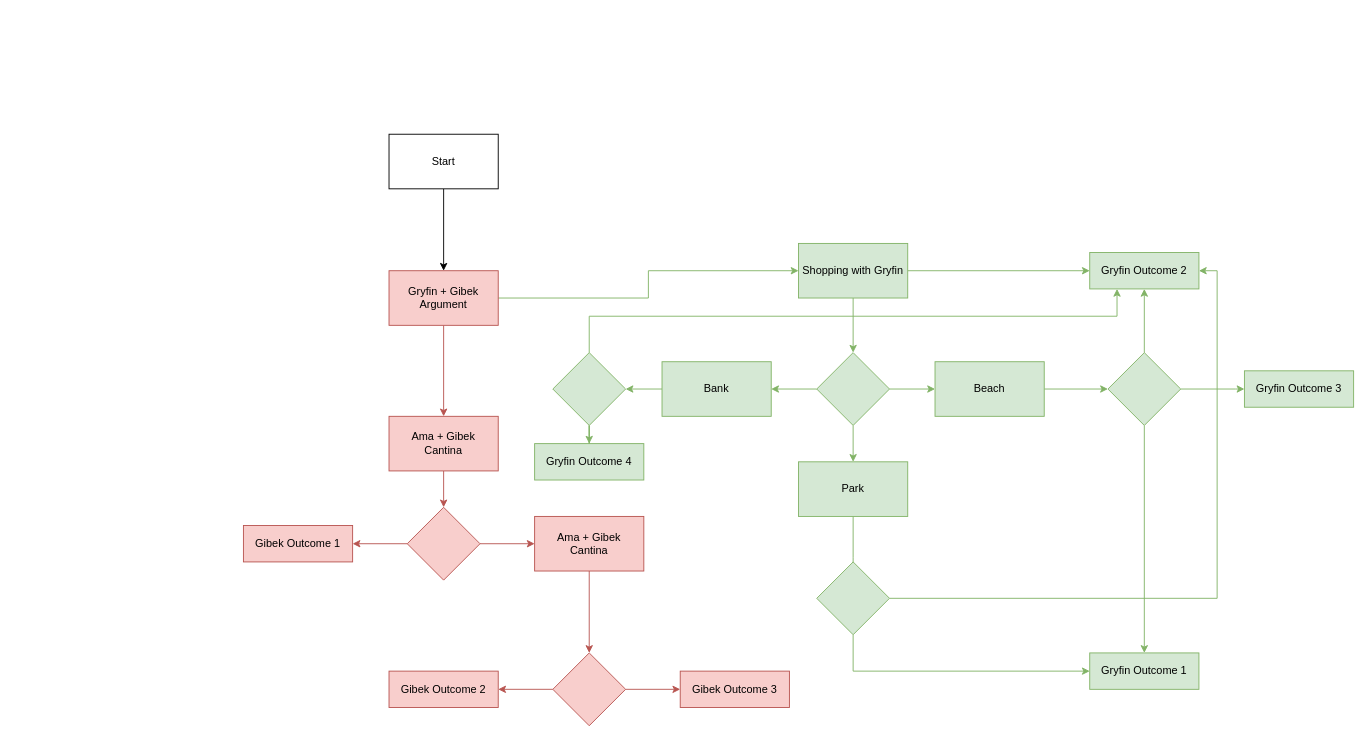
Above: diagrams/script_map.drawio in Gryfin123/senat_visual_novel (draw.io), before the change. Source tidied: cells renumbered, new cells numbered last; positions are measured from the earlier drawing's top-left corner, leaving out a move shared by most shapes. Both pictures are drawn from the tidied source at 91%, with x=0, y=0 at pixel (243, 134).
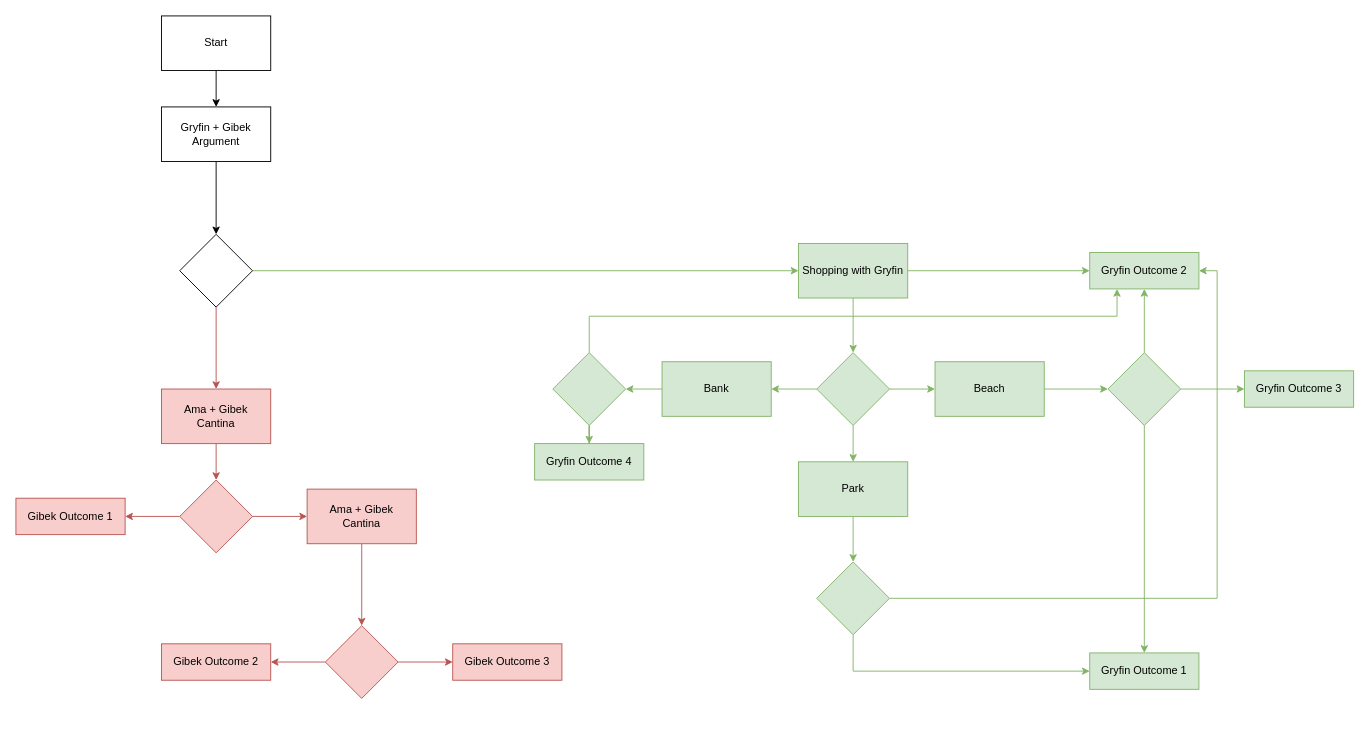
Above is the later version.

The change refers to these unchanged cells:
```xml
<mxCell id="22" value="Shopping with Gryfin" style="rounded=0;whiteSpace=wrap;html=1;fillColor=#d5e8d4;strokeColor=#82b366;" parent="1" vertex="1">
  <mxGeometry x="610" y="120" width="120" height="60" as="geometry" />
</mxCell>
<mxCell id="30" style="rhombus;whiteSpace=wrap;html=1;fillColor=#d5e8d4;strokeColor=#82b366;" parent="1" vertex="1">
  <mxGeometry x="630" y="240" width="80" height="80" as="geometry" />
</mxCell>
<mxCell id="36" value="Park" style="rounded=0;whiteSpace=wrap;html=1;fillColor=#d5e8d4;strokeColor=#82b366;" parent="1" vertex="1">
  <mxGeometry x="610" y="360" width="120" height="60" as="geometry" />
</mxCell>
<mxCell id="42" style="rhombus;whiteSpace=wrap;html=1;fillColor=#d5e8d4;strokeColor=#82b366;" parent="1" vertex="1">
  <mxGeometry x="630" y="470" width="80" height="80" as="geometry" />
</mxCell>
```

Change to the diagram source:
```diff
@@
     <mxCell id="2" value="Gibek Outcome 1" style="rounded=0;whiteSpace=wrap;html=1;fillColor=#f8cecc;strokeColor=#b85450;" parent="1" vertex="1">
-      <mxGeometry y="430" width="120" height="40" as="geometry" />
+      <mxGeometry x="-250" y="400" width="120" height="40" as="geometry" />
     </mxCell>
     <mxCell id="3" value="Gibek Outcome 2" style="rounded=0;whiteSpace=wrap;html=1;fillColor=#f8cecc;strokeColor=#b85450;" parent="1" vertex="1">
-      <mxGeometry x="160" y="590" width="120" height="40" as="geometry" />
+      <mxGeometry x="-90" y="560" width="120" height="40" as="geometry" />
     </mxCell>
     <mxCell id="4" value="Gibek Outcome 3" style="rounded=0;whiteSpace=wrap;html=1;fillColor=#f8cecc;strokeColor=#b85450;" parent="1" vertex="1">
-      <mxGeometry x="480" y="590" width="120" height="40" as="geometry" />
+      <mxGeometry x="230" y="560" width="120" height="40" as="geometry" />
     </mxCell>
-    <mxCell id="5" style="edgeStyle=orthogonalEdgeStyle;rounded=0;jettySize=auto;html=1;entryX=0.5;entryY=0;entryDx=0;entryDy=0;fillColor=#f8cecc;strokeColor=#b85450;" parent="1" edge="1" source="7" target="9">
+    <mxCell id="5" style="edgeStyle=orthogonalEdgeStyle;rounded=0;jettySize=auto;html=1;entryX=0.5;entryY=0;entryDx=0;entryDy=0;fillColor=#f8cecc;strokeColor=#b85450;exitX=0.5;exitY=1;exitDx=0;exitDy=0;" parent="1" edge="1" source="48" target="9">
       <mxGeometry relative="1" as="geometry" />
     </mxCell>
-    <mxCell id="6" style="edgeStyle=orthogonalEdgeStyle;rounded=0;jettySize=auto;html=1;entryX=0;entryY=0.5;entryDx=0;entryDy=0;fillColor=#d5e8d4;strokeColor=#82b366;" parent="1" edge="1" source="7" target="22">
+    <mxCell id="6" style="edgeStyle=orthogonalEdgeStyle;rounded=0;jettySize=auto;html=1;entryX=0;entryY=0.5;entryDx=0;entryDy=0;fillColor=#d5e8d4;strokeColor=#82b366;exitX=1;exitY=0.5;exitDx=0;exitDy=0;" parent="1" edge="1" source="48" target="22">
       <mxGeometry relative="1" as="geometry" />
     </mxCell>
+    <mxCell id="47" style="edgeStyle=orthogonalEdgeStyle;rounded=0;jettySize=auto;html=1;entryX=0.5;entryY=0;entryDx=0;entryDy=0;" parent="1" edge="1" source="7" target="48">
+      <mxGeometry relative="1" as="geometry" />
+    </mxCell>
-    <mxCell id="7" value="Gryfin + Gibek Argument" style="rounded=0;whiteSpace=wrap;html=1;fillColor=#f8cecc;strokeColor=#b85450;" parent="1" vertex="1">
-      <mxGeometry x="160" y="150" width="120" height="60" as="geometry" />
+    <mxCell id="7" value="Gryfin + Gibek Argument" style="rounded=0;whiteSpace=wrap;html=1;" parent="1" vertex="1">
+      <mxGeometry x="-90" y="-30" width="120" height="60" as="geometry" />
     </mxCell>
@@
     <mxCell id="9" value="Ama + Gibek &lt;br&gt;Cantina" style="rounded=0;whiteSpace=wrap;html=1;fillColor=#f8cecc;strokeColor=#b85450;" parent="1" vertex="1">
-      <mxGeometry x="160" y="310" width="120" height="60" as="geometry" />
+      <mxGeometry x="-90" y="280" width="120" height="60" as="geometry" />
     </mxCell>
@@
     <mxCell id="11" value="Ama + Gibek &lt;br&gt;Cantina" style="rounded=0;whiteSpace=wrap;html=1;fillColor=#f8cecc;strokeColor=#b85450;" parent="1" vertex="1">
-      <mxGeometry x="320" y="420" width="120" height="60" as="geometry" />
+      <mxGeometry x="70" y="390" width="120" height="60" as="geometry" />
     </mxCell>
@@
     <mxCell id="14" style="rhombus;whiteSpace=wrap;html=1;fillColor=#f8cecc;strokeColor=#b85450;" parent="1" vertex="1">
-      <mxGeometry x="180" y="410" width="80" height="80" as="geometry" />
+      <mxGeometry x="-70" y="380" width="80" height="80" as="geometry" />
     </mxCell>
@@
     <mxCell id="17" style="rhombus;whiteSpace=wrap;html=1;fillColor=#f8cecc;strokeColor=#b85450;" parent="1" vertex="1">
-      <mxGeometry x="340" y="570" width="80" height="80" as="geometry" />
+      <mxGeometry x="90" y="540" width="80" height="80" as="geometry" />
     </mxCell>
@@
     <mxCell id="19" value="Start" style="rounded=0;whiteSpace=wrap;html=1;" parent="1" vertex="1">
-      <mxGeometry x="160" width="120" height="60" as="geometry" />
+      <mxGeometry x="-90" y="-130" width="120" height="60" as="geometry" />
     </mxCell>
@@
-    <mxCell id="28" style="edgeStyle=orthogonalEdgeStyle;rounded=0;jettySize=auto;html=1;entryX=0.5;entryY=0;entryDx=0;entryDy=0;fillColor=#d5e8d4;strokeColor=#82b366;" parent="1" edge="1" source="30" target="36">
-      <mxGeometry relative="1" as="geometry" />
+    <mxCell id="28" style="edgeStyle=orthogonalEdgeStyle;rounded=0;jettySize=auto;html=1;entryX=0.5;entryY=0;entryDx=0;entryDy=0;fillColor=#d5e8d4;strokeColor=#82b366;" parent="1" edge="1" source="30">
+      <mxGeometry relative="1" as="geometry">
+        <mxPoint x="670" y="360" as="targetPoint" />
+      </mxGeometry>
     </mxCell>
@@
-    <mxCell id="35" style="edgeStyle=orthogonalEdgeStyle;rounded=0;jettySize=auto;html=1;entryX=0.5;entryY=0;entryDx=0;entryDy=0;fillColor=#d5e8d4;strokeColor=#82b366;" parent="1" edge="1" source="36">
-      <mxGeometry relative="1" as="geometry">
-        <mxPoint x="670" y="510" as="targetPoint" />
-      </mxGeometry>
+    <mxCell id="35" style="edgeStyle=orthogonalEdgeStyle;rounded=0;jettySize=auto;html=1;entryX=0.5;entryY=0;entryDx=0;entryDy=0;fillColor=#d5e8d4;strokeColor=#82b366;" parent="1" edge="1" source="36" target="42">
+      <mxGeometry relative="1" as="geometry" />
     </mxCell>
@@
+    <mxCell id="48" style="rhombus;whiteSpace=wrap;html=1;" parent="1" vertex="1">
+      <mxGeometry x="-70" y="110" width="80" height="80" as="geometry" />
+    </mxCell>
```
